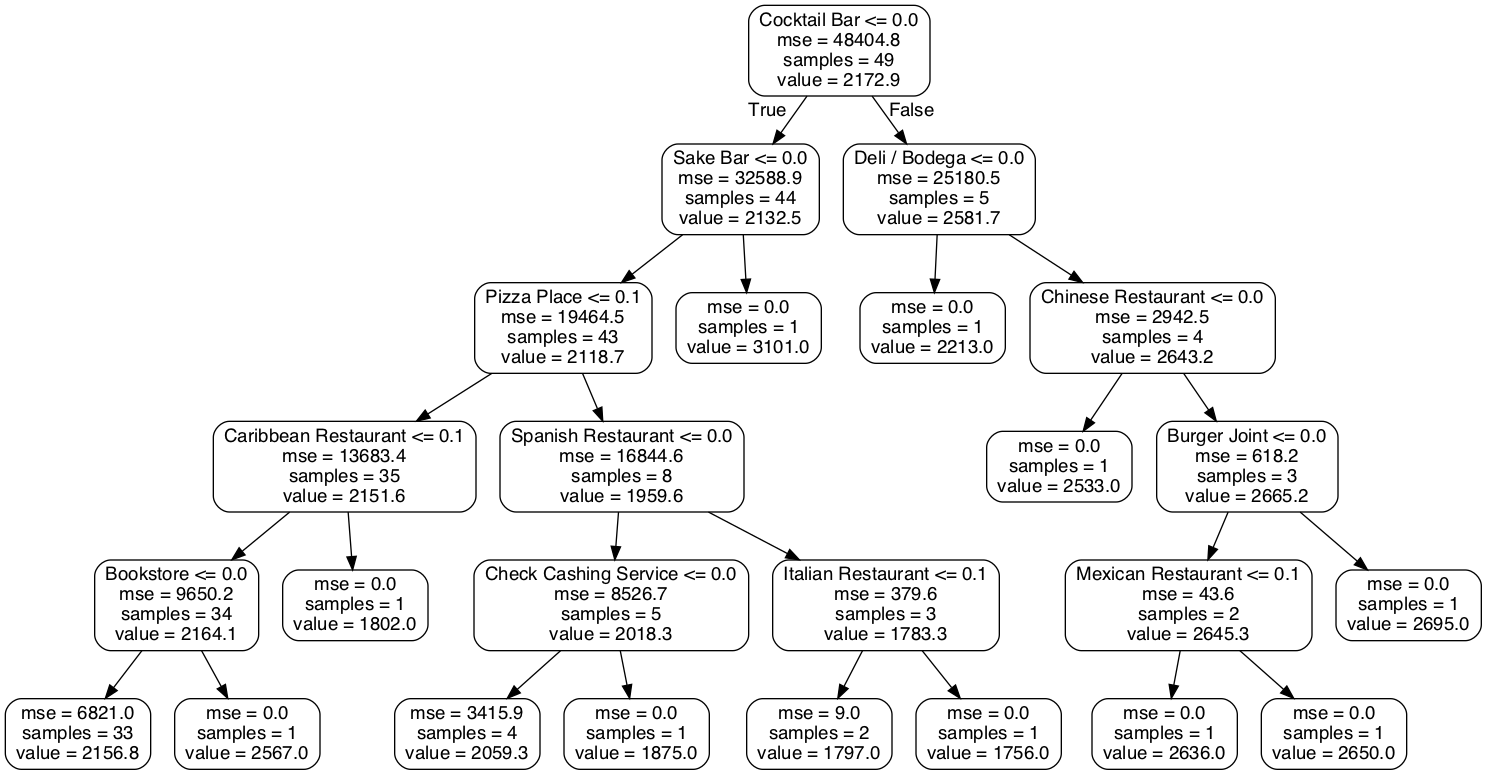
Earlier version of the Graphviz export low_rent_tree.png (allaccountstaken/predicting_urban_home_values). Its source is kept beside it as low_rent_tree.dot.
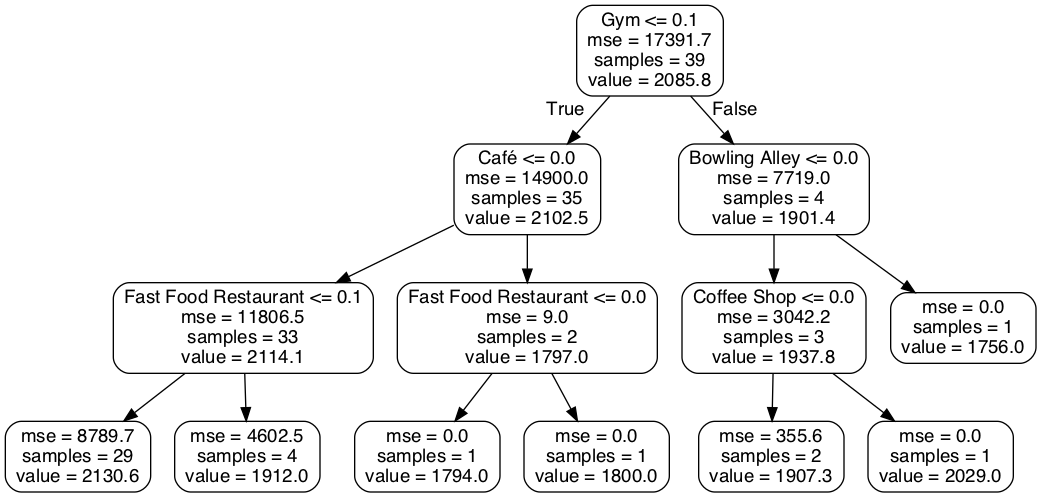
The same diagram one commit later.

The edit, as a diff of the source:
```diff
@@ -1,53 +1,29 @@
 digraph Tree {
 node [shape=box, style="rounded", color="black", fontname=helvetica] ;
 edge [fontname=helvetica] ;
-0 [label="Cocktail Bar <= 0.0\nmse = 48404.8\nsamples = 49\nvalue = 2172.9"] ;
-1 [label="Sake Bar <= 0.0\nmse = 32588.9\nsamples = 44\nvalue = 2132.5"] ;
+0 [label="Gym <= 0.1\nmse = 17391.7\nsamples = 39\nvalue = 2085.8"] ;
+1 [label="Café <= 0.0\nmse = 14900.0\nsamples = 35\nvalue = 2102.5"] ;
 0 -> 1 [labeldistance=2.5, labelangle=45, headlabel="True"] ;
-2 [label="Pizza Place <= 0.1\nmse = 19464.5\nsamples = 43\nvalue = 2118.7"] ;
+2 [label="Fast Food Restaurant <= 0.1\nmse = 11806.5\nsamples = 33\nvalue = 2114.1"] ;
 1 -> 2 ;
-3 [label="Caribbean Restaurant <= 0.1\nmse = 13683.4\nsamples = 35\nvalue = 2151.6"] ;
+3 [label="mse = 8789.7\nsamples = 29\nvalue = 2130.6"] ;
 2 -> 3 ;
-4 [label="Bookstore <= 0.0\nmse = 9650.2\nsamples = 34\nvalue = 2164.1"] ;
-3 -> 4 ;
-5 [label="mse = 6821.0\nsamples = 33\nvalue = 2156.8"] ;
-4 -> 5 ;
-6 [label="mse = 0.0\nsamples = 1\nvalue = 2567.0"] ;
-4 -> 6 ;
-7 [label="mse = 0.0\nsamples = 1\nvalue = 1802.0"] ;
-3 -> 7 ;
-8 [label="Spanish Restaurant <= 0.0\nmse = 16844.6\nsamples = 8\nvalue = 1959.6"] ;
-2 -> 8 ;
-9 [label="Check Cashing Service <= 0.0\nmse = 8526.7\nsamples = 5\nvalue = 2018.3"] ;
+4 [label="mse = 4602.5\nsamples = 4\nvalue = 1912.0"] ;
+2 -> 4 ;
+5 [label="Fast Food Restaurant <= 0.0\nmse = 9.0\nsamples = 2\nvalue = 1797.0"] ;
+1 -> 5 ;
+6 [label="mse = 0.0\nsamples = 1\nvalue = 1794.0"] ;
+5 -> 6 ;
+7 [label="mse = 0.0\nsamples = 1\nvalue = 1800.0"] ;
+5 -> 7 ;
+8 [label="Bowling Alley <= 0.0\nmse = 7719.0\nsamples = 4\nvalue = 1901.4"] ;
+0 -> 8 [labeldistance=2.5, labelangle=-45, headlabel="False"] ;
+9 [label="Coffee Shop <= 0.0\nmse = 3042.2\nsamples = 3\nvalue = 1937.8"] ;
 8 -> 9 ;
-10 [label="mse = 3415.9\nsamples = 4\nvalue = 2059.3"] ;
+10 [label="mse = 355.6\nsamples = 2\nvalue = 1907.3"] ;
 9 -> 10 ;
-11 [label="mse = 0.0\nsamples = 1\nvalue = 1875.0"] ;
+11 [label="mse = 0.0\nsamples = 1\nvalue = 2029.0"] ;
 9 -> 11 ;
-12 [label="Italian Restaurant <= 0.1\nmse = 379.6\nsamples = 3\nvalue = 1783.3"] ;
+12 [label="mse = 0.0\nsamples = 1\nvalue = 1756.0"] ;
 8 -> 12 ;
-13 [label="mse = 9.0\nsamples = 2\nvalue = 1797.0"] ;
-12 -> 13 ;
-14 [label="mse = 0.0\nsamples = 1\nvalue = 1756.0"] ;
-12 -> 14 ;
-15 [label="mse = 0.0\nsamples = 1\nvalue = 3101.0"] ;
-1 -> 15 ;
-16 [label="Deli / Bodega <= 0.0\nmse = 25180.5\nsamples = 5\nvalue = 2581.7"] ;
-0 -> 16 [labeldistance=2.5, labelangle=-45, headlabel="False"] ;
-17 [label="mse = 0.0\nsamples = 1\nvalue = 2213.0"] ;
-16 -> 17 ;
-18 [label="Chinese Restaurant <= 0.0\nmse = 2942.5\nsamples = 4\nvalue = 2643.2"] ;
-16 -> 18 ;
-19 [label="mse = 0.0\nsamples = 1\nvalue = 2533.0"] ;
-18 -> 19 ;
-20 [label="Burger Joint <= 0.0\nmse = 618.2\nsamples = 3\nvalue = 2665.2"] ;
-18 -> 20 ;
-21 [label="Mexican Restaurant <= 0.1\nmse = 43.6\nsamples = 2\nvalue = 2645.3"] ;
-20 -> 21 ;
-22 [label="mse = 0.0\nsamples = 1\nvalue = 2636.0"] ;
-21 -> 22 ;
-23 [label="mse = 0.0\nsamples = 1\nvalue = 2650.0"] ;
-21 -> 23 ;
-24 [label="mse = 0.0\nsamples = 1\nvalue = 2695.0"] ;
-20 -> 24 ;
 }
```
